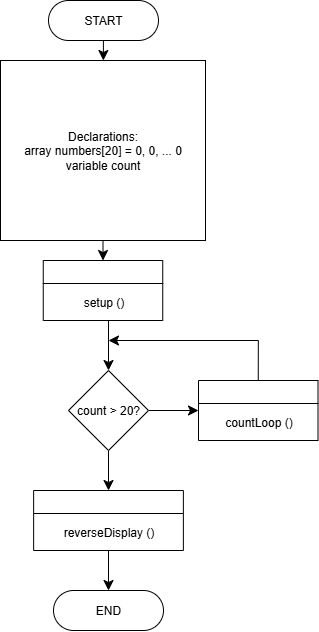
CBowles10/SDEV_120_FALL2025_CBOWLES keeps this draw.io diagram as Module 7 - Arrays Exercise 1-1 - Connor Bowles.drawio.png. Above is the earlier version. Source tidied: cells renumbered, new cells last; positions are measured from the earlier drawing's top-left corner, leaving out a move shared by most shapes.
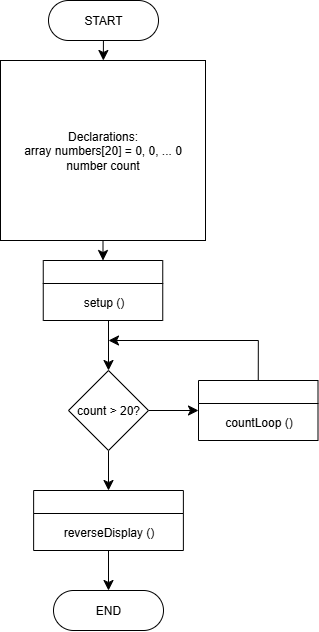
Above is the later version.

Diff of the diagram source:
```diff
@@ -11,7 +11,7 @@
     <mxCell id="4" style="edgeStyle=none;curved=1;rounded=0;jettySize=auto;html=1;exitX=0.5;exitY=1;exitDx=0;exitDy=0;fontSize=12;startSize=8;endSize=8;" parent="1" edge="1" source="5" target="13">
       <mxGeometry relative="1" as="geometry" />
     </mxCell>
-    <mxCell id="5" value="Declarations:&lt;div&gt;array numbers[20] = 0, 0, ... 0&lt;br&gt;variable count&lt;/div&gt;" style="rounded=0;whiteSpace=wrap;html=1;" parent="1" vertex="1">
+    <mxCell id="5" value="Declarations:&lt;div&gt;array numbers[20] = 0, 0, ... 0&lt;br&gt;number count&lt;/div&gt;" style="rounded=0;whiteSpace=wrap;html=1;" parent="1" vertex="1">
       <mxGeometry y="60" width="205" height="180" as="geometry" />
     </mxCell>
     <mxCell id="6" style="edgeStyle=none;curved=1;rounded=0;jettySize=auto;html=1;fontSize=12;startSize=8;endSize=8;entryX=0;entryY=0.5;entryDx=0;entryDy=0;" parent="1" edge="1" source="8" target="10">
```
